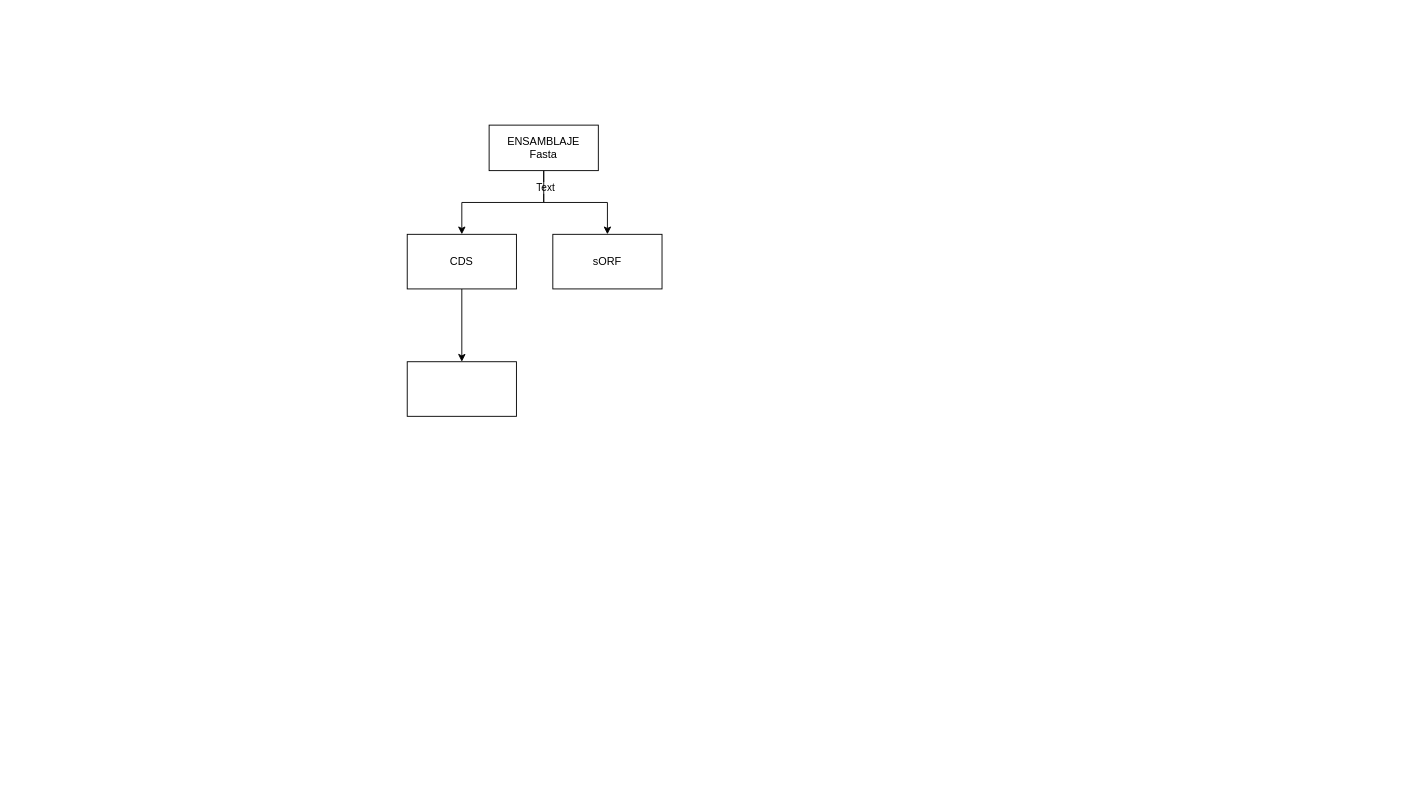
Before: Diagrama sin título.drawio in danycp5/Trabajo_final, a draw.io diagram. Source tidied: cells renumbered, new cells numbered last; positions are measured from the earlier drawing's top-left corner, leaving out a move shared by most shapes. Both pictures are drawn from the tidied source at 91%, with x=0, y=0 at pixel (407, 125).
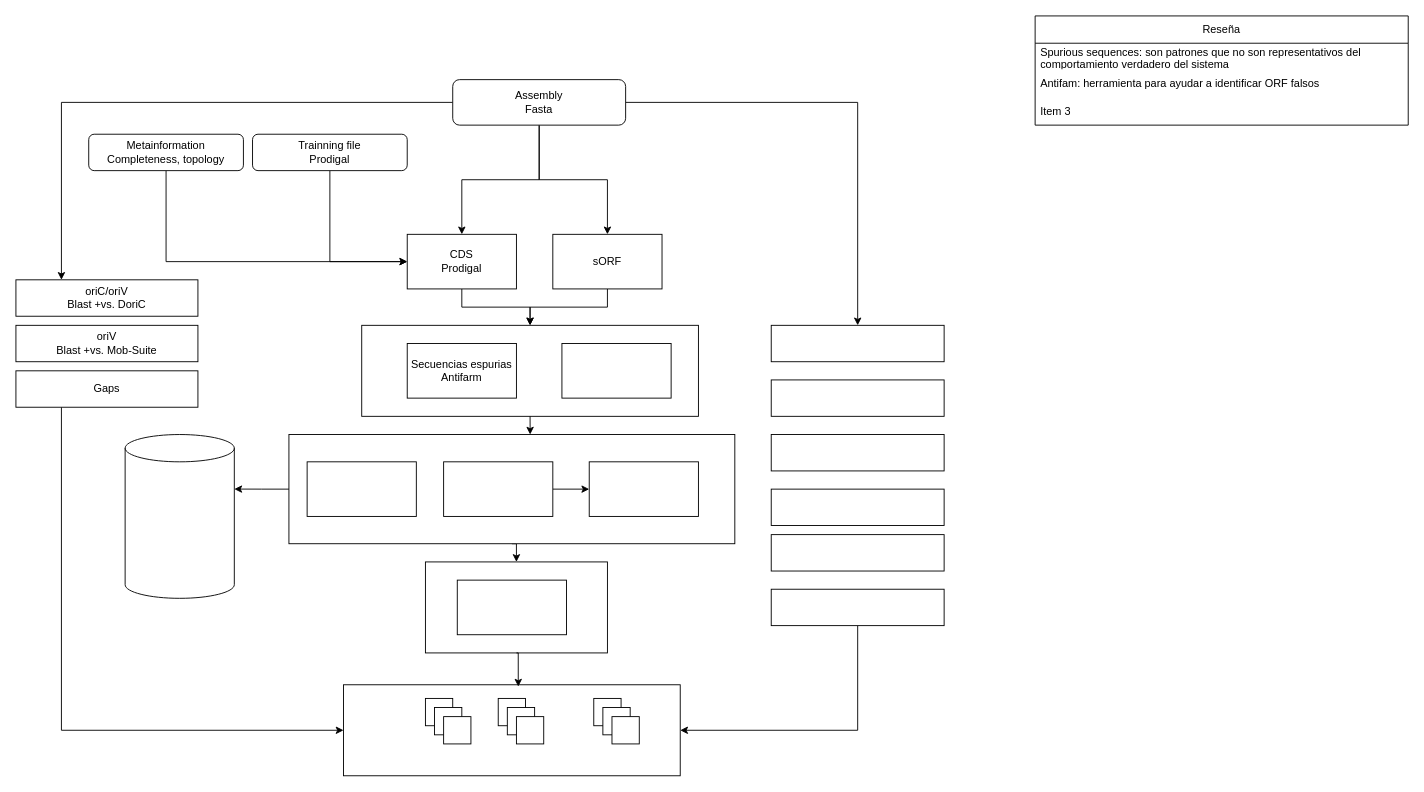
Above is the later version.

The change refers to these unchanged cells:
```xml
<mxCell id="8" value="sORF" style="whiteSpace=wrap;html=1;rounded=0;" parent="1" vertex="1">
  <mxGeometry x="160" y="120" width="120" height="60" as="geometry" />
</mxCell>
```

Change to the diagram source:
```diff
@@
-    <mxCell id="2" style="edgeStyle=orthogonalEdgeStyle;rounded=0;jettySize=auto;html=1;" parent="1" edge="1" source="5" target="7">
-      <mxGeometry relative="1" as="geometry" />
-    </mxCell>
-    <mxCell id="3" value="Text" style="edgeLabel;html=1;align=center;verticalAlign=middle;" parent="2" vertex="1">
-      <mxGeometry x="-0.78" y="1" relative="1" as="geometry" />
-    </mxCell>
-    <mxCell id="4" style="edgeStyle=orthogonalEdgeStyle;rounded=0;jettySize=auto;html=1;entryX=0.5;entryY=0;entryDx=0;entryDy=0;" parent="1" edge="1" source="5" target="8">
-      <mxGeometry relative="1" as="geometry" />
-    </mxCell>
-    <mxCell id="5" value="ENSAMBLAJE&lt;br&gt;Fasta" style="rounded=0;whiteSpace=wrap;html=1;" parent="1" vertex="1">
-      <mxGeometry x="90" width="120" height="50" as="geometry" />
-    </mxCell>
-    <mxCell id="6" style="edgeStyle=orthogonalEdgeStyle;rounded=0;jettySize=auto;html=1;" parent="1" edge="1" source="7" target="9">
-      <mxGeometry relative="1" as="geometry" />
-    </mxCell>
+    <mxCell id="10" style="rounded=0;whiteSpace=wrap;html=1;" parent="1" vertex="1">
+      <mxGeometry x="20" y="480" width="200" height="100" as="geometry" />
+    </mxCell>
+    <mxCell id="11" style="edgeStyle=orthogonalEdgeStyle;rounded=0;jettySize=auto;html=1;exitX=0.5;exitY=1;exitDx=0;exitDy=0;entryX=0.5;entryY=0;entryDx=0;entryDy=0;" parent="1" edge="1" source="12" target="10">
+      <mxGeometry relative="1" as="geometry" />
+    </mxCell>
+    <mxCell id="12" style="rounded=0;whiteSpace=wrap;html=1;" parent="1" vertex="1">
+      <mxGeometry x="-130" y="340" width="490" height="120" as="geometry" />
+    </mxCell>
+    <mxCell id="13" style="rounded=0;whiteSpace=wrap;html=1;" parent="1" vertex="1">
+      <mxGeometry x="-50" y="220" width="370" height="100" as="geometry" />
+    </mxCell>
+    <mxCell id="14" style="edgeStyle=orthogonalEdgeStyle;rounded=0;jettySize=auto;html=1;exitX=0.5;exitY=1;exitDx=0;exitDy=0;" parent="1" edge="1" source="7" target="13">
+      <mxGeometry relative="1" as="geometry" />
+    </mxCell>
-    <mxCell id="7" value="CDS" style="whiteSpace=wrap;html=1;rounded=0;" parent="1" vertex="1">
+    <mxCell id="7" value="CDS&lt;div&gt;Prodigal&lt;/div&gt;" style="whiteSpace=wrap;html=1;rounded=0;" parent="1" vertex="1">
       <mxGeometry y="120" width="120" height="60" as="geometry" />
     </mxCell>
+    <mxCell id="15" style="edgeStyle=orthogonalEdgeStyle;rounded=0;jettySize=auto;html=1;exitX=0.5;exitY=1;exitDx=0;exitDy=0;entryX=0.5;entryY=0;entryDx=0;entryDy=0;" parent="1" edge="1" source="8" target="13">
+      <mxGeometry relative="1" as="geometry" />
+    </mxCell>
@@
-    <mxCell id="9" style="rounded=0;whiteSpace=wrap;html=1;" parent="1" vertex="1">
-      <mxGeometry y="260" width="120" height="60" as="geometry" />
+    <mxCell id="9" value="&lt;div&gt;Secuencias espurias&lt;/div&gt;&lt;div&gt;Antifarm&lt;/div&gt;" style="rounded=0;whiteSpace=wrap;html=1;" parent="1" vertex="1">
+      <mxGeometry y="240" width="120" height="60" as="geometry" />
     </mxCell>
+    <mxCell id="16" style="rounded=0;whiteSpace=wrap;html=1;" parent="1" vertex="1">
+      <mxGeometry x="170" y="240" width="120" height="60" as="geometry" />
+    </mxCell>
+    <mxCell id="17" style="rounded=0;whiteSpace=wrap;html=1;" parent="1" vertex="1">
+      <mxGeometry x="200" y="370" width="120" height="60" as="geometry" />
+    </mxCell>
+    <mxCell id="18" style="edgeStyle=orthogonalEdgeStyle;rounded=0;jettySize=auto;html=1;exitX=1;exitY=0.5;exitDx=0;exitDy=0;" parent="1" edge="1" source="19" target="17">
+      <mxGeometry relative="1" as="geometry" />
+    </mxCell>
+    <mxCell id="19" style="rounded=0;whiteSpace=wrap;html=1;" parent="1" vertex="1">
+      <mxGeometry x="40" y="370" width="120" height="60" as="geometry" />
+    </mxCell>
+    <mxCell id="20" style="rounded=0;whiteSpace=wrap;html=1;" parent="1" vertex="1">
+      <mxGeometry x="-110" y="370" width="120" height="60" as="geometry" />
+    </mxCell>
+    <mxCell id="21" style="rounded=0;whiteSpace=wrap;html=1;" parent="1" vertex="1">
+      <mxGeometry x="55" y="500" width="120" height="60" as="geometry" />
+    </mxCell>
+    <mxCell id="22" style="rounded=0;whiteSpace=wrap;html=1;" parent="1" vertex="1">
+      <mxGeometry x="-70" y="615" width="370" height="100" as="geometry" />
+    </mxCell>
+    <mxCell id="23" style="whiteSpace=wrap;html=1;" parent="1" vertex="1">
+      <mxGeometry x="20" y="630" width="30" height="30" as="geometry" />
+    </mxCell>
+    <mxCell id="24" style="whiteSpace=wrap;html=1;" parent="1" vertex="1">
+      <mxGeometry x="30" y="640" width="30" height="30" as="geometry" />
+    </mxCell>
+    <mxCell id="25" style="whiteSpace=wrap;html=1;" parent="1" vertex="1">
+      <mxGeometry x="40" y="650" width="30" height="30" as="geometry" />
+    </mxCell>
+    <mxCell id="26" style="whiteSpace=wrap;html=1;" parent="1" vertex="1">
+      <mxGeometry x="100" y="630" width="30" height="30" as="geometry" />
+    </mxCell>
+    <mxCell id="27" style="whiteSpace=wrap;html=1;" parent="1" vertex="1">
+      <mxGeometry x="110" y="640" width="30" height="30" as="geometry" />
+    </mxCell>
+    <mxCell id="28" style="whiteSpace=wrap;html=1;" parent="1" vertex="1">
+      <mxGeometry x="120" y="650" width="30" height="30" as="geometry" />
+    </mxCell>
+    <mxCell id="29" style="whiteSpace=wrap;html=1;" parent="1" vertex="1">
+      <mxGeometry x="205" y="630" width="30" height="30" as="geometry" />
+    </mxCell>
+    <mxCell id="30" style="whiteSpace=wrap;html=1;" parent="1" vertex="1">
+      <mxGeometry x="215" y="640" width="30" height="30" as="geometry" />
+    </mxCell>
+    <mxCell id="31" style="whiteSpace=wrap;html=1;" parent="1" vertex="1">
+      <mxGeometry x="225" y="650" width="30" height="30" as="geometry" />
+    </mxCell>
+    <mxCell id="32" style="rounded=0;whiteSpace=wrap;html=1;" parent="1" vertex="1">
+      <mxGeometry x="400" y="220" width="190" height="40" as="geometry" />
+    </mxCell>
+    <mxCell id="33" style="rounded=0;whiteSpace=wrap;html=1;" parent="1" vertex="1">
+      <mxGeometry x="400" y="280" width="190" height="40" as="geometry" />
+    </mxCell>
+    <mxCell id="34" style="rounded=0;whiteSpace=wrap;html=1;" parent="1" vertex="1">
+      <mxGeometry x="400" y="340" width="190" height="40" as="geometry" />
+    </mxCell>
+    <mxCell id="35" style="rounded=0;whiteSpace=wrap;html=1;" parent="1" vertex="1">
+      <mxGeometry x="400" y="400" width="190" height="40" as="geometry" />
+    </mxCell>
+    <mxCell id="36" style="rounded=0;whiteSpace=wrap;html=1;" parent="1" vertex="1">
+      <mxGeometry x="400" y="450" width="190" height="40" as="geometry" />
+    </mxCell>
+    <mxCell id="37" style="edgeStyle=orthogonalEdgeStyle;rounded=0;jettySize=auto;html=1;exitX=0.5;exitY=1;exitDx=0;exitDy=0;entryX=1;entryY=0.5;entryDx=0;entryDy=0;" parent="1" edge="1" source="38" target="22">
+      <mxGeometry relative="1" as="geometry" />
+    </mxCell>
+    <mxCell id="38" style="rounded=0;whiteSpace=wrap;html=1;" parent="1" vertex="1">
+      <mxGeometry x="400" y="510" width="190" height="40" as="geometry" />
+    </mxCell>
+    <mxCell id="39" style="edgeStyle=orthogonalEdgeStyle;rounded=0;jettySize=auto;html=1;exitX=0.5;exitY=1;exitDx=0;exitDy=0;entryX=0;entryY=0.5;entryDx=0;entryDy=0;" parent="1" edge="1" source="40" target="7">
+      <mxGeometry relative="1" as="geometry" />
+    </mxCell>
+    <mxCell id="40" value="Metainformation&lt;div&gt;Completeness, topology&lt;/div&gt;" style="rounded=1;whiteSpace=wrap;html=1;" parent="1" vertex="1">
+      <mxGeometry x="-350" y="10" width="170" height="40" as="geometry" />
+    </mxCell>
+    <mxCell id="41" style="edgeStyle=orthogonalEdgeStyle;rounded=0;jettySize=auto;html=1;exitX=0.5;exitY=1;exitDx=0;exitDy=0;entryX=0;entryY=0.5;entryDx=0;entryDy=0;" parent="1" edge="1" source="42" target="7">
+      <mxGeometry relative="1" as="geometry" />
+    </mxCell>
+    <mxCell id="42" value="Trainning file&lt;div&gt;Prodigal&lt;/div&gt;" style="rounded=1;whiteSpace=wrap;html=1;" parent="1" vertex="1">
+      <mxGeometry x="-170" y="10" width="170" height="40" as="geometry" />
+    </mxCell>
+    <mxCell id="43" style="edgeStyle=orthogonalEdgeStyle;rounded=0;jettySize=auto;html=1;exitX=0.5;exitY=1;exitDx=0;exitDy=0;entryX=0.5;entryY=0;entryDx=0;entryDy=0;" parent="1" edge="1" source="47" target="7">
+      <mxGeometry relative="1" as="geometry" />
+    </mxCell>
+    <mxCell id="44" style="edgeStyle=orthogonalEdgeStyle;rounded=0;jettySize=auto;html=1;exitX=0.5;exitY=1;exitDx=0;exitDy=0;entryX=0.5;entryY=0;entryDx=0;entryDy=0;" parent="1" edge="1" source="47" target="8">
+      <mxGeometry relative="1" as="geometry" />
+    </mxCell>
+    <mxCell id="45" style="edgeStyle=orthogonalEdgeStyle;rounded=0;jettySize=auto;html=1;exitX=0;exitY=0.5;exitDx=0;exitDy=0;entryX=0.25;entryY=0;entryDx=0;entryDy=0;" parent="1" edge="1" source="47" target="48">
+      <mxGeometry relative="1" as="geometry" />
+    </mxCell>
+    <mxCell id="46" style="edgeStyle=orthogonalEdgeStyle;rounded=0;jettySize=auto;html=1;exitX=1;exitY=0.5;exitDx=0;exitDy=0;entryX=0.5;entryY=0;entryDx=0;entryDy=0;" parent="1" edge="1" source="47" target="32">
+      <mxGeometry relative="1" as="geometry" />
+    </mxCell>
+    <mxCell id="47" value="Assembly&lt;div&gt;Fasta&lt;/div&gt;" style="rounded=1;whiteSpace=wrap;html=1;" parent="1" vertex="1">
+      <mxGeometry x="50" y="-50" width="190" height="50" as="geometry" />
+    </mxCell>
+    <mxCell id="48" value="oriC/oriV&lt;div&gt;Blast +vs. DoriC&lt;/div&gt;" style="rounded=0;whiteSpace=wrap;html=1;" parent="1" vertex="1">
+      <mxGeometry x="-430" y="170" width="200" height="40" as="geometry" />
+    </mxCell>
+    <mxCell id="49" value="oriV&lt;div&gt;Blast +vs. Mob-Suite&lt;/div&gt;" style="rounded=0;whiteSpace=wrap;html=1;" parent="1" vertex="1">
+      <mxGeometry x="-430" y="220" width="200" height="40" as="geometry" />
+    </mxCell>
+    <mxCell id="50" style="edgeStyle=orthogonalEdgeStyle;rounded=0;jettySize=auto;html=1;exitX=0.25;exitY=1;exitDx=0;exitDy=0;entryX=0;entryY=0.5;entryDx=0;entryDy=0;" parent="1" edge="1" source="51" target="22">
+      <mxGeometry relative="1" as="geometry" />
+    </mxCell>
+    <mxCell id="51" value="Gaps" style="rounded=0;whiteSpace=wrap;html=1;" parent="1" vertex="1">
+      <mxGeometry x="-430" y="270" width="200" height="40" as="geometry" />
+    </mxCell>
+    <mxCell id="52" style="shape=cylinder3;whiteSpace=wrap;html=1;boundedLbl=1;backgroundOutline=1;size=15;" parent="1" vertex="1">
+      <mxGeometry x="-310" y="340" width="120" height="180" as="geometry" />
+    </mxCell>
+    <mxCell id="53" style="edgeStyle=orthogonalEdgeStyle;rounded=0;jettySize=auto;html=1;exitX=0.5;exitY=1;exitDx=0;exitDy=0;entryX=0.541;entryY=0;entryDx=0;entryDy=0;entryPerimeter=0;" parent="1" edge="1" source="13" target="12">
+      <mxGeometry relative="1" as="geometry" />
+    </mxCell>
+    <mxCell id="54" style="edgeStyle=orthogonalEdgeStyle;rounded=0;jettySize=auto;html=1;exitX=0;exitY=0.5;exitDx=0;exitDy=0;entryX=1;entryY=0.333;entryDx=0;entryDy=0;entryPerimeter=0;" parent="1" edge="1" source="12" target="52">
+      <mxGeometry relative="1" as="geometry" />
+    </mxCell>
+    <mxCell id="55" style="edgeStyle=orthogonalEdgeStyle;rounded=0;jettySize=auto;html=1;exitX=0.5;exitY=1;exitDx=0;exitDy=0;entryX=0.519;entryY=0.02;entryDx=0;entryDy=0;entryPerimeter=0;" parent="1" edge="1" source="10" target="22">
+      <mxGeometry relative="1" as="geometry" />
+    </mxCell>
+    <mxCell id="56" value="Reseña" style="swimlane;fontStyle=0;horizontal=1;startSize=30;whiteSpace=wrap;html=1;" parent="1" vertex="1">
+      <mxGeometry x="690" y="-120" width="410" height="120" as="geometry" />
+    </mxCell>
+    <mxCell id="57" value="Spurious sequences: son patrones que no son representativos del comportamiento verdadero del sistema" style="text;strokeColor=none;fillColor=none;align=left;verticalAlign=middle;spacingLeft=4;spacingRight=4;overflow=hidden;whiteSpace=wrap;html=1;" parent="56" vertex="1">
+      <mxGeometry y="30" width="410" height="30" as="geometry" />
+    </mxCell>
+    <mxCell id="58" value="Antifam: herramienta para ayudar a identificar ORF falsos" style="text;strokeColor=none;fillColor=none;align=left;verticalAlign=middle;spacingLeft=4;spacingRight=4;overflow=hidden;whiteSpace=wrap;html=1;" parent="56" vertex="1">
+      <mxGeometry y="60" width="410" height="30" as="geometry" />
+    </mxCell>
+    <mxCell id="59" value="Item 3" style="text;strokeColor=none;fillColor=none;align=left;verticalAlign=middle;spacingLeft=4;spacingRight=4;overflow=hidden;whiteSpace=wrap;html=1;" parent="56" vertex="1">
+      <mxGeometry y="90" width="410" height="30" as="geometry" />
+    </mxCell>
```
